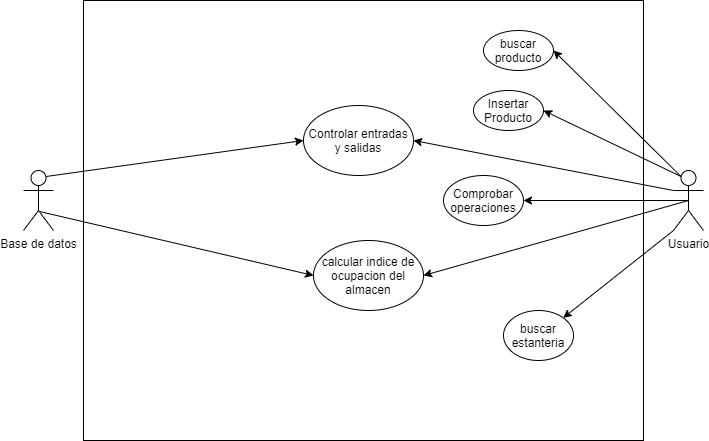
Andreshi153/AlmacenDB keeps this draw.io diagram as diagramas/diagrama-casos-de-uso.png. Above is the earlier version. Source tidied: cells renumbered, new cells last; positions are measured from the earlier drawing's top-left corner, leaving out a move shared by most shapes.
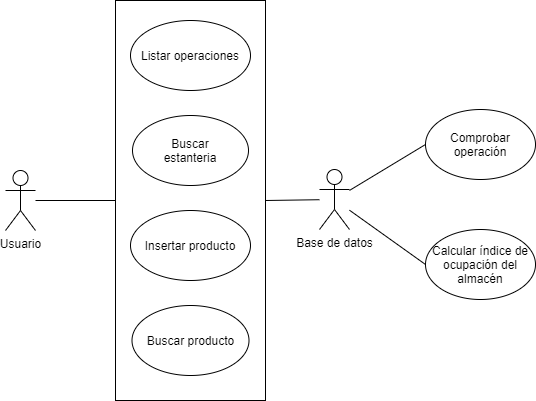
The same file after the commit.

What changed in the source:
```diff
@@ -3,55 +3,43 @@
     <mxCell id="0" />
     <mxCell id="1" parent="0" />
     <mxCell id="2" style="rounded=0;whiteSpace=wrap;html=1;" parent="1" vertex="1">
-      <mxGeometry x="60" width="560" height="440" as="geometry" />
+      <mxGeometry x="190" y="120" width="150" height="400" as="geometry" />
     </mxCell>
+    <mxCell id="19" style="edgeStyle=none;rounded=0;jettySize=auto;html=1;entryX=0;entryY=0.5;entryDx=0;entryDy=0;endArrow=none;endFill=0;" parent="1" edge="1" source="3" target="15">
+      <mxGeometry relative="1" as="geometry" />
+    </mxCell>
+    <mxCell id="12" style="edgeStyle=none;rounded=0;jettySize=auto;html=1;entryX=0;entryY=0.5;entryDx=0;entryDy=0;endArrow=none;endFill=0;" parent="1" edge="1" source="3" target="8">
+      <mxGeometry relative="1" as="geometry" />
+    </mxCell>
+    <mxCell id="20" style="edgeStyle=none;rounded=0;jettySize=auto;html=1;entryX=1;entryY=0.5;entryDx=0;entryDy=0;endArrow=none;endFill=0;" parent="1" edge="1" source="3" target="2">
+      <mxGeometry relative="1" as="geometry" />
+    </mxCell>
     <mxCell id="3" value="Base de datos" style="shape=umlActor;verticalLabelPosition=bottom;verticalAlign=top;html=1;outlineConnect=0;" parent="1" vertex="1">
-      <mxGeometry y="170" width="30" height="60" as="geometry" />
+      <mxGeometry x="394" y="289" width="30" height="60" as="geometry" />
     </mxCell>
+    <mxCell id="21" style="edgeStyle=none;rounded=0;jettySize=auto;html=1;entryX=0;entryY=0.5;entryDx=0;entryDy=0;endArrow=none;endFill=0;" parent="1" edge="1" source="4" target="2">
+      <mxGeometry relative="1" as="geometry" />
+    </mxCell>
     <mxCell id="4" value="Usuario" style="shape=umlActor;verticalLabelPosition=bottom;verticalAlign=top;html=1;outlineConnect=0;" parent="1" vertex="1">
-      <mxGeometry x="650" y="170" width="30" height="60" as="geometry" />
+      <mxGeometry x="80" y="290" width="30" height="60" as="geometry" />
     </mxCell>
-    <mxCell id="5" value="buscar producto" style="ellipse;whiteSpace=wrap;html=1;" parent="1" vertex="1">
-      <mxGeometry x="460" y="30" width="70" height="40" as="geometry" />
+    <mxCell id="5" value="Buscar producto" style="ellipse;whiteSpace=wrap;html=1;" parent="1" vertex="1">
+      <mxGeometry x="206.5" y="425" width="117" height="70" as="geometry" />
     </mxCell>
-    <mxCell id="6" value="Insertar Producto" style="ellipse;whiteSpace=wrap;html=1;" parent="1" vertex="1">
-      <mxGeometry x="450" y="90" width="70" height="40" as="geometry" />
+    <mxCell id="6" value="Insertar producto" style="ellipse;whiteSpace=wrap;html=1;" parent="1" vertex="1">
+      <mxGeometry x="205" y="330" width="120" height="70" as="geometry" />
     </mxCell>
-    <mxCell id="7" value="Controlar entradas y salidas" style="ellipse;whiteSpace=wrap;html=1;" parent="1" vertex="1">
-      <mxGeometry x="280" y="105" width="110" height="70" as="geometry" />
-    </mxCell>
-    <mxCell id="8" value="calcular indice de ocupacion del almacen" style="ellipse;whiteSpace=wrap;html=1;" parent="1" vertex="1">
-      <mxGeometry x="290" y="240" width="110" height="70" as="geometry" />
+    <mxCell id="8" value="Calcular índice de ocupación del almacén" style="ellipse;whiteSpace=wrap;html=1;" parent="1" vertex="1">
+      <mxGeometry x="500" y="349" width="110" height="70" as="geometry" />
     </mxCell>
-    <mxCell id="9" style="endArrow=classic;html=1;entryX=1;entryY=0.5;entryDx=0;entryDy=0;exitX=0.25;exitY=0.1;exitDx=0;exitDy=0;exitPerimeter=0;" parent="1" edge="1" source="4" target="5">
-      <mxGeometry relative="1" as="geometry" />
-    </mxCell>
-    <mxCell id="10" style="endArrow=classic;html=1;entryX=1;entryY=0.5;entryDx=0;entryDy=0;exitX=0.25;exitY=0.1;exitDx=0;exitDy=0;exitPerimeter=0;" parent="1" edge="1" source="4" target="6">
-      <mxGeometry relative="1" as="geometry" />
-    </mxCell>
-    <mxCell id="11" style="endArrow=classic;html=1;entryX=0;entryY=0.5;entryDx=0;entryDy=0;exitX=0.75;exitY=0.1;exitDx=0;exitDy=0;exitPerimeter=0;" parent="1" edge="1" source="3" target="7">
-      <mxGeometry relative="1" as="geometry" />
-    </mxCell>
-    <mxCell id="12" style="endArrow=classic;html=1;entryX=0;entryY=0.5;entryDx=0;entryDy=0;exitX=0.533;exitY=0.683;exitDx=0;exitDy=0;exitPerimeter=0;" parent="1" edge="1" source="3" target="8">
-      <mxGeometry relative="1" as="geometry" />
-    </mxCell>
-    <mxCell id="13" style="endArrow=classic;html=1;entryX=1;entryY=0.5;entryDx=0;entryDy=0;exitX=0;exitY=0.3333333333333333;exitDx=0;exitDy=0;exitPerimeter=0;" parent="1" edge="1" source="4" target="7">
-      <mxGeometry relative="1" as="geometry" />
-    </mxCell>
-    <mxCell id="14" style="endArrow=classic;html=1;entryX=1;entryY=0.5;entryDx=0;entryDy=0;exitX=0.5;exitY=0.5;exitDx=0;exitDy=0;exitPerimeter=0;" parent="1" edge="1" source="4" target="8">
-      <mxGeometry relative="1" as="geometry" />
-    </mxCell>
-    <mxCell id="15" value="Comprobar operaciones" style="ellipse;whiteSpace=wrap;html=1;" parent="1" vertex="1">
-      <mxGeometry x="420" y="175" width="80" height="50" as="geometry" />
+    <mxCell id="15" value="Comprobar operación" style="ellipse;whiteSpace=wrap;html=1;" parent="1" vertex="1">
+      <mxGeometry x="500" y="229" width="110" height="70" as="geometry" />
     </mxCell>
-    <mxCell id="16" style="endArrow=classic;html=1;exitX=0.5;exitY=0.5;exitDx=0;exitDy=0;exitPerimeter=0;entryX=1;entryY=0.5;entryDx=0;entryDy=0;" parent="1" edge="1" source="4" target="15">
-      <mxGeometry relative="1" as="geometry" />
-    </mxCell>
-    <mxCell id="17" value="&lt;div&gt;buscar&lt;/div&gt;&lt;div&gt;estanteria&lt;br&gt;&lt;/div&gt;" style="ellipse;whiteSpace=wrap;html=1;" parent="1" vertex="1">
-      <mxGeometry x="480" y="310" width="70" height="50" as="geometry" />
+    <mxCell id="17" value="&lt;div&gt;Buscar&lt;/div&gt;&lt;div&gt;estanteria&lt;br&gt;&lt;/div&gt;" style="ellipse;whiteSpace=wrap;html=1;" parent="1" vertex="1">
+      <mxGeometry x="207" y="235" width="116" height="70" as="geometry" />
     </mxCell>
-    <mxCell id="18" style="endArrow=classic;html=1;entryX=1;entryY=0;entryDx=0;entryDy=0;exitX=0;exitY=1;exitDx=0;exitDy=0;exitPerimeter=0;" parent="1" edge="1" source="4" target="17">
-      <mxGeometry relative="1" as="geometry" />
-    </mxCell>
+    <mxCell id="22" value="&lt;div&gt;Listar operaciones&lt;/div&gt;" style="ellipse;whiteSpace=wrap;html=1;" parent="1" vertex="1">
+      <mxGeometry x="205" y="140" width="120" height="70" as="geometry" />
+    </mxCell>
   </root>
 </mxGraphModel>
```
